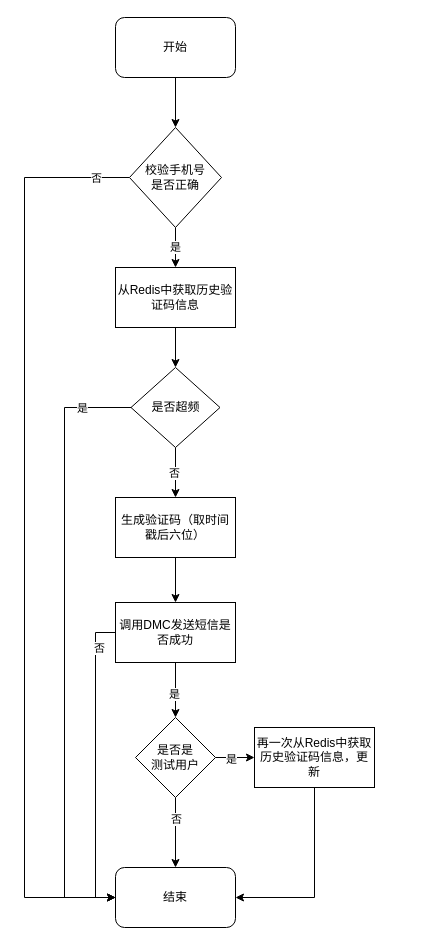
This is verify_code.drawio from lishuai-0/picture_source_file_draw_io, a draw.io file, before an edit. Source tidied: cells renumbered, new cells numbered last; positions are measured from the earlier drawing's top-left corner, leaving out a move shared by most shapes. Both pictures are drawn from the tidied source at 100%, with x=0, y=0 at pixel (24, 17).
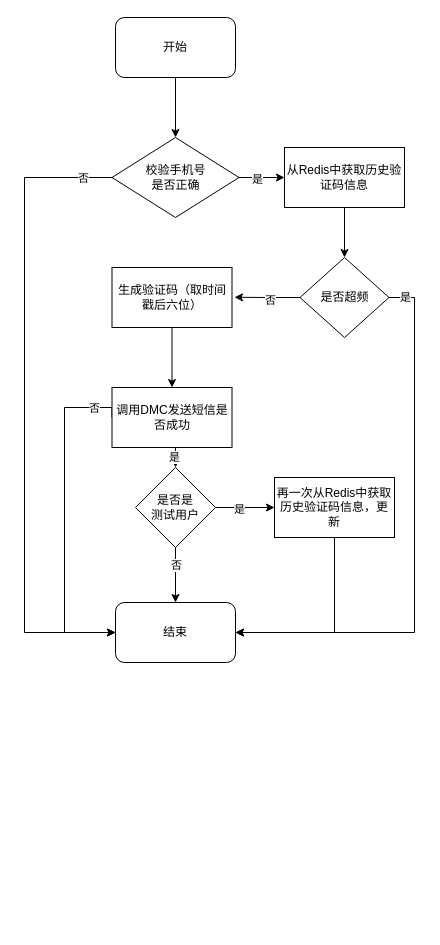
The same page after the edit.

What changed in the source:
```diff
@@
-    <mxCell id="4" style="edgeStyle=orthogonalEdgeStyle;rounded=0;jettySize=auto;html=1;exitX=0.5;exitY=1;exitDx=0;exitDy=0;entryX=0.5;entryY=0;entryDx=0;entryDy=0;" parent="1" edge="1" source="5" target="29">
+    <mxCell id="4" style="edgeStyle=orthogonalEdgeStyle;rounded=0;jettySize=auto;html=1;exitX=0.5;exitY=1;exitDx=0;exitDy=0;" parent="1" edge="1" source="5" target="29">
       <mxGeometry relative="1" as="geometry" />
     </mxCell>
     <mxCell id="5" value="生成验证码（取时间戳后六位）" style="rounded=0;whiteSpace=wrap;html=1;" parent="1" vertex="1">
-      <mxGeometry x="91" y="480" width="120" height="60" as="geometry" />
+      <mxGeometry x="87.5" y="250" width="120" height="60" as="geometry" />
     </mxCell>
     <mxCell id="6" style="edgeStyle=orthogonalEdgeStyle;rounded=0;jettySize=auto;html=1;exitX=0.5;exitY=1;exitDx=0;exitDy=0;entryX=1;entryY=0.5;entryDx=0;entryDy=0;" parent="1" edge="1" source="7" target="19">
-      <mxGeometry relative="1" as="geometry">
-        <Array as="points">
-          <mxPoint x="290" y="880" />
-        </Array>
-      </mxGeometry>
+      <mxGeometry relative="1" as="geometry" />
     </mxCell>
     <mxCell id="7" value="再一次从Redis中获取历史验证码信息，更新" style="rounded=0;whiteSpace=wrap;html=1;" parent="1" vertex="1">
-      <mxGeometry x="230" y="710" width="120" height="60" as="geometry" />
+      <mxGeometry x="250" y="460" width="120" height="60" as="geometry" />
     </mxCell>
-    <mxCell id="8" value="是" style="edgeStyle=orthogonalEdgeStyle;rounded=0;jettySize=auto;html=1;exitX=0.5;exitY=1;exitDx=0;exitDy=0;entryX=0.5;entryY=0;entryDx=0;entryDy=0;" parent="1" edge="1" source="11" target="13">
-      <mxGeometry relative="1" as="geometry" />
-    </mxCell>
     <mxCell id="9" style="edgeStyle=orthogonalEdgeStyle;rounded=0;jettySize=auto;html=1;exitX=0;exitY=0.5;exitDx=0;exitDy=0;entryX=0;entryY=0.5;entryDx=0;entryDy=0;" parent="1" edge="1" source="11" target="19">
       <mxGeometry relative="1" as="geometry">
         <Array as="points">
           <mxPoint y="160" />
-          <mxPoint y="880" />
+          <mxPoint y="615" />
         </Array>
       </mxGeometry>
     </mxCell>
     <mxCell id="10" value="否" style="edgeLabel;html=1;align=center;verticalAlign=middle;" parent="9" vertex="1">
       <mxGeometry x="-0.85" y="-3" relative="1" as="geometry">
-        <mxPoint x="35" y="3" as="offset" />
+        <mxPoint x="19" y="3" as="offset" />
       </mxGeometry>
     </mxCell>
+    <mxCell id="8" style="edgeStyle=orthogonalEdgeStyle;rounded=0;jettySize=auto;html=1;exitX=1;exitY=0.5;exitDx=0;exitDy=0;entryX=0;entryY=0.5;entryDx=0;entryDy=0;" parent="1" edge="1" source="11" target="13">
+      <mxGeometry relative="1" as="geometry" />
+    </mxCell>
+    <mxCell id="30" value="是" style="edgeLabel;html=1;align=center;verticalAlign=middle;" parent="8" vertex="1">
+      <mxGeometry x="-0.22" y="-1" relative="1" as="geometry" />
+    </mxCell>
     <mxCell id="11" value="校验手机号&lt;div&gt;是否正确&lt;/div&gt;" style="rhombus;whiteSpace=wrap;html=1;" parent="1" vertex="1">
-      <mxGeometry x="105" y="110" width="92" height="100" as="geometry" />
+      <mxGeometry x="87.5" y="120" width="127" height="80" as="geometry" />
     </mxCell>
@@
     <mxCell id="13" value="从Redis中获取历史验证码信息" style="rounded=0;whiteSpace=wrap;html=1;" parent="1" vertex="1">
-      <mxGeometry x="91" y="250" width="120" height="60" as="geometry" />
+      <mxGeometry x="260" y="130" width="120" height="60" as="geometry" />
     </mxCell>
-    <mxCell id="14" style="edgeStyle=orthogonalEdgeStyle;rounded=0;jettySize=auto;html=1;exitX=0.5;exitY=1;exitDx=0;exitDy=0;entryX=0.5;entryY=0;entryDx=0;entryDy=0;" parent="1" edge="1" source="18" target="5">
-      <mxGeometry relative="1" as="geometry" />
-    </mxCell>
+    <mxCell id="31" style="edgeStyle=orthogonalEdgeStyle;rounded=0;jettySize=auto;html=1;exitX=0;exitY=0.5;exitDx=0;exitDy=0;" parent="1" edge="1" source="18">
+      <mxGeometry relative="1" as="geometry">
+        <mxPoint x="210" y="279.8" as="targetPoint" />
+      </mxGeometry>
+    </mxCell>
-    <mxCell id="15" value="否" style="edgeLabel;html=1;align=center;verticalAlign=middle;" parent="14" vertex="1">
-      <mxGeometry y="-2" relative="1" as="geometry" />
+    <mxCell id="15" value="否" style="edgeLabel;html=1;align=center;verticalAlign=middle;" parent="31" vertex="1">
+      <mxGeometry x="-0.1" y="2" relative="1" as="geometry" />
     </mxCell>
-    <mxCell id="16" style="edgeStyle=orthogonalEdgeStyle;rounded=0;jettySize=auto;html=1;exitX=0;exitY=0.5;exitDx=0;exitDy=0;entryX=0;entryY=0.5;entryDx=0;entryDy=0;" parent="1" edge="1" source="18" target="19">
+    <mxCell id="16" style="edgeStyle=orthogonalEdgeStyle;rounded=0;jettySize=auto;html=1;exitX=1;exitY=0.5;exitDx=0;exitDy=0;entryX=1;entryY=0.5;entryDx=0;entryDy=0;" parent="1" edge="1" source="18" target="19">
       <mxGeometry relative="1" as="geometry">
         <Array as="points">
-          <mxPoint x="40" y="390" />
-          <mxPoint x="40" y="880" />
+          <mxPoint x="390" y="280" />
+          <mxPoint x="390" y="615" />
         </Array>
       </mxGeometry>
     </mxCell>
-    <mxCell id="17" value="是" style="edgeLabel;html=1;align=center;verticalAlign=middle;" parent="16" vertex="1">
-      <mxGeometry x="-0.84" relative="1" as="geometry" />
-    </mxCell>
+    <mxCell id="32" value="是" style="edgeLabel;html=1;align=center;verticalAlign=middle;" parent="16" vertex="1">
+      <mxGeometry x="-0.85" y="-3" relative="1" as="geometry">
+        <mxPoint x="-7" y="-15" as="offset" />
+      </mxGeometry>
+    </mxCell>
     <mxCell id="18" value="是否超频" style="rhombus;whiteSpace=wrap;html=1;" parent="1" vertex="1">
-      <mxGeometry x="106.5" y="350" width="89" height="80" as="geometry" />
+      <mxGeometry x="275.5" y="240" width="89" height="80" as="geometry" />
     </mxCell>
     <mxCell id="19" value="结束" style="rounded=1;whiteSpace=wrap;html=1;" parent="1" vertex="1">
-      <mxGeometry x="91" y="850" width="120" height="60" as="geometry" />
+      <mxGeometry x="91" y="585" width="120" height="60" as="geometry" />
     </mxCell>
@@
     <mxCell id="24" value="是否是&lt;div&gt;测试用户&lt;/div&gt;" style="rhombus;whiteSpace=wrap;html=1;" parent="1" vertex="1">
-      <mxGeometry x="111" y="700" width="80" height="80" as="geometry" />
+      <mxGeometry x="111" y="450" width="80" height="80" as="geometry" />
     </mxCell>
@@
     <mxCell id="27" style="edgeStyle=orthogonalEdgeStyle;rounded=0;jettySize=auto;html=1;exitX=0;exitY=0.5;exitDx=0;exitDy=0;entryX=0;entryY=0.5;entryDx=0;entryDy=0;" parent="1" edge="1" source="29" target="19">
-      <mxGeometry relative="1" as="geometry" />
+      <mxGeometry relative="1" as="geometry">
+        <Array as="points">
+          <mxPoint x="40" y="390" />
+          <mxPoint x="40" y="615" />
+        </Array>
+      </mxGeometry>
     </mxCell>
     <mxCell id="28" value="否" style="edgeLabel;html=1;align=center;verticalAlign=middle;" parent="27" vertex="1">
-      <mxGeometry x="-0.77" y="3" relative="1" as="geometry" />
+      <mxGeometry x="-0.77" y="3" relative="1" as="geometry">
+        <mxPoint x="10" y="-3" as="offset" />
+      </mxGeometry>
     </mxCell>
     <mxCell id="29" value="调用DMC发送短信是否成功" style="rounded=0;whiteSpace=wrap;html=1;" parent="1" vertex="1">
-      <mxGeometry x="91" y="585" width="120" height="60" as="geometry" />
+      <mxGeometry x="87.5" y="370" width="120" height="60" as="geometry" />
     </mxCell>
```
